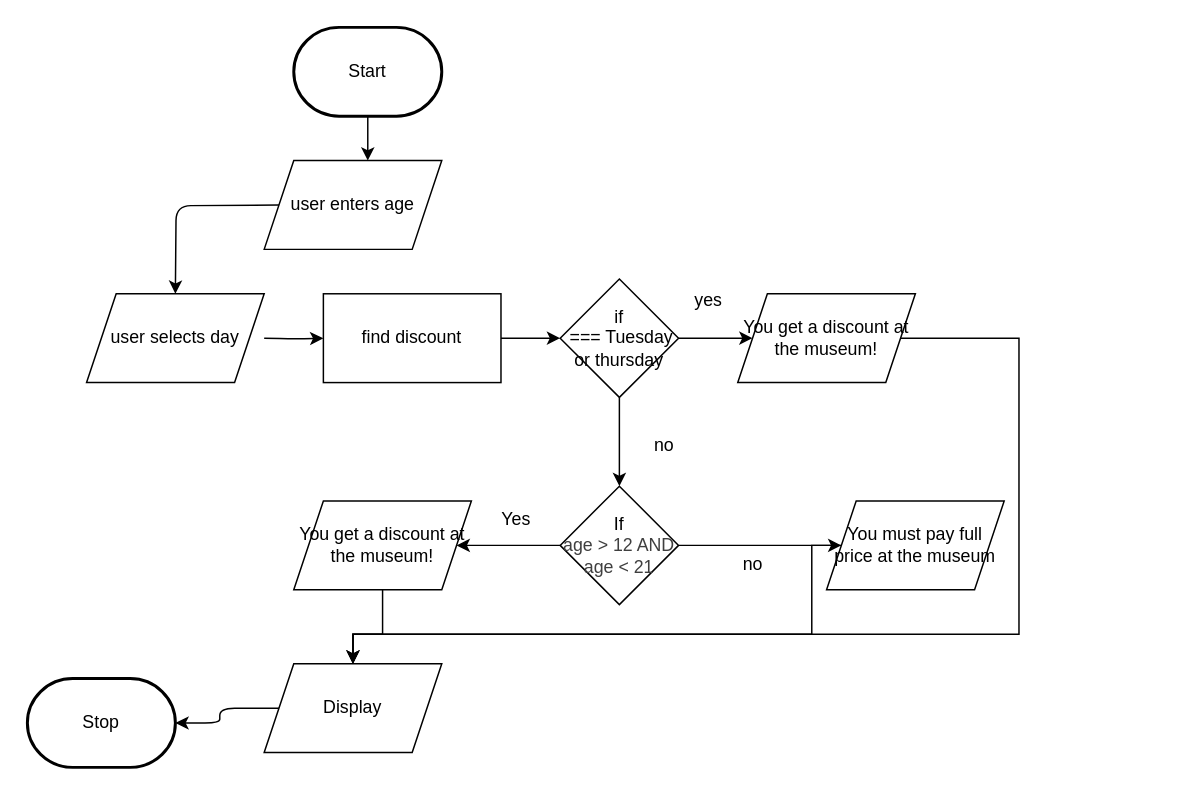
Before: design/flowchart.drawio in MTHS-ICD2O-1-2024/ICD2O-Unit-5-04-Devin-boucher, a draw.io diagram. Source tidied: cells renumbered, new cells numbered last; positions are measured from the earlier drawing's top-left corner, leaving out a move shared by most shapes. Both pictures are drawn from the tidied source at 148%, with x=0, y=0 at pixel (27, 27).
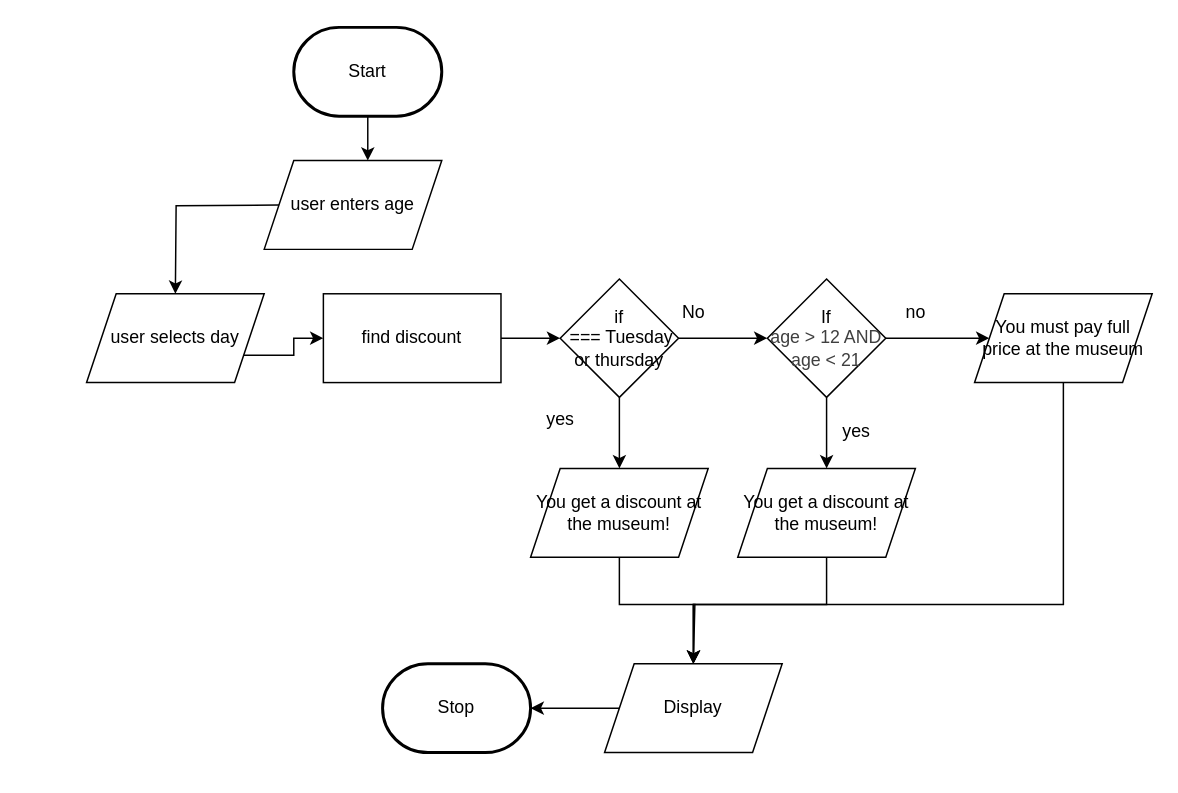
Above is the later version.

Commit message (it also covers changes not shown here):
made flow cahrt

The change refers to these unchanged cells:
```xml
<mxCell id="9" value="&lt;div&gt;if&lt;/div&gt;&amp;nbsp;=== Tuesday or thursday" style="rhombus;whiteSpace=wrap;html=1;" parent="1" vertex="1">
  <mxGeometry x="360" y="170" width="80" height="80" as="geometry" />
</mxCell>
<mxCell id="20" value="find discount" style="whiteSpace=wrap;html=1;" parent="1" vertex="1">
  <mxGeometry x="200" y="180" width="120" height="60" as="geometry" />
</mxCell>
<mxCell id="28" value="&lt;span style=&quot;color: rgb(0, 0, 0);&quot;&gt;user selects day&lt;/span&gt;" style="shape=parallelogram;perimeter=parallelogramPerimeter;whiteSpace=wrap;html=1;fixedSize=1;" parent="1" vertex="1">
  <mxGeometry x="40" y="180" width="120" height="60" as="geometry" />
</mxCell>
```

Diff of the diagram source:
```diff
@@
     <mxCell id="4" value="Stop" style="strokeWidth=2;html=1;shape=mxgraph.flowchart.terminator;whiteSpace=wrap;" parent="1" vertex="1">
-      <mxGeometry y="440" width="100" height="60" as="geometry" />
+      <mxGeometry x="240" y="430" width="100" height="60" as="geometry" />
     </mxCell>
-    <mxCell id="5" style="edgeStyle=orthogonalEdgeStyle;html=1;" parent="1" edge="1">
+    <mxCell id="5" style="edgeStyle=orthogonalEdgeStyle;html=1;rounded=0;curved=0;" parent="1" edge="1">
       <mxGeometry relative="1" as="geometry">
         <mxPoint x="170" y="120" as="sourcePoint" />
         <mxPoint x="100" y="180" as="targetPoint" />
       </mxGeometry>
     </mxCell>
-    <mxCell id="6" style="edgeStyle=orthogonalEdgeStyle;html=1;" parent="1" edge="1" target="20">
-      <mxGeometry relative="1" as="geometry">
-        <mxPoint x="160" y="210" as="sourcePoint" />
-      </mxGeometry>
+    <mxCell id="6" style="edgeStyle=orthogonalEdgeStyle;html=1;exitX=1;exitY=0.75;exitDx=0;exitDy=0;rounded=0;curved=0;" parent="1" edge="1" source="28" target="20">
+      <mxGeometry relative="1" as="geometry" />
     </mxCell>
+    <mxCell id="8" style="edgeStyle=orthogonalEdgeStyle;html=1;" parent="1" edge="1" source="9" target="17">
+      <mxGeometry relative="1" as="geometry" />
+    </mxCell>
-    <mxCell id="7" style="edgeStyle=none;html=1;" parent="1" edge="1" source="9" target="11">
+    <mxCell id="7" style="edgeStyle=orthogonalEdgeStyle;html=1;" parent="1" edge="1" source="9" target="11">
       <mxGeometry relative="1" as="geometry" />
     </mxCell>
-    <mxCell id="8" style="edgeStyle=orthogonalEdgeStyle;html=1;" parent="1" edge="1" source="9" target="17">
-      <mxGeometry relative="1" as="geometry" />
-    </mxCell>
@@
-    <mxCell id="10" style="edgeStyle=orthogonalEdgeStyle;html=1;entryX=0.5;entryY=0;entryDx=0;entryDy=0;rounded=0;curved=0;" parent="1" edge="1" source="11" target="14">
-      <mxGeometry relative="1" as="geometry">
-        <Array as="points">
-          <mxPoint x="670" y="210" />
-          <mxPoint x="670" y="410" />
-          <mxPoint x="220" y="410" />
-        </Array>
-      </mxGeometry>
-    </mxCell>
+    <mxCell id="29" style="edgeStyle=orthogonalEdgeStyle;html=1;rounded=0;curved=0;" parent="1" edge="1" source="11">
+      <mxGeometry relative="1" as="geometry">
+        <mxPoint x="450" y="430" as="targetPoint" />
+        <Array as="points">
+          <mxPoint x="400" y="390" />
+          <mxPoint x="451" y="390" />
+          <mxPoint x="451" y="430" />
+        </Array>
+      </mxGeometry>
+    </mxCell>
     <mxCell id="11" value="You get a discount at the museum!" style="shape=parallelogram;perimeter=parallelogramPerimeter;whiteSpace=wrap;html=1;fixedSize=1;" parent="1" vertex="1">
-      <mxGeometry x="480" y="180" width="120" height="60" as="geometry" />
+      <mxGeometry x="340" y="298" width="120" height="60" as="geometry" />
     </mxCell>
     <mxCell id="12" value="yes" style="text;html=1;align=center;verticalAlign=middle;strokeColor=none;fillColor=none;" parent="1" vertex="1">
-      <mxGeometry x="440" y="170" width="40" height="30" as="geometry" />
+      <mxGeometry x="340" y="250" width="40" height="30" as="geometry" />
     </mxCell>
@@
     <mxCell id="14" value="Display" style="shape=parallelogram;perimeter=parallelogramPerimeter;whiteSpace=wrap;html=1;fixedSize=1;" parent="1" vertex="1">
-      <mxGeometry x="160" y="430" width="120" height="60" as="geometry" />
+      <mxGeometry x="390" y="430" width="120" height="60" as="geometry" />
     </mxCell>
+    <mxCell id="16" style="edgeStyle=orthogonalEdgeStyle;html=1;entryX=0;entryY=0.5;entryDx=0;entryDy=0;" parent="1" edge="1" source="17" target="25">
+      <mxGeometry relative="1" as="geometry" />
+    </mxCell>
@@
-    <mxCell id="16" style="edgeStyle=orthogonalEdgeStyle;html=1;" parent="1" edge="1" source="17" target="25">
-      <mxGeometry relative="1" as="geometry" />
-    </mxCell>
     <mxCell id="17" value="&lt;div&gt;&lt;font color=&quot;#000000&quot;&gt;&lt;span style=&quot;font-size: 12px;&quot;&gt;If&lt;/span&gt;&lt;/font&gt;&lt;/div&gt;&lt;span style=&quot;color: rgb(63, 63, 63); background-color: transparent;&quot;&gt;age &amp;gt; 12 AND age &amp;lt; 21&lt;/span&gt;" style="rhombus;whiteSpace=wrap;html=1;" parent="1" vertex="1">
-      <mxGeometry x="360" y="310" width="80" height="80" as="geometry" />
+      <mxGeometry x="500" y="170" width="80" height="80" as="geometry" />
     </mxCell>
-    <mxCell id="18" value="no" style="text;html=1;align=center;verticalAlign=middle;strokeColor=none;fillColor=none;" parent="1" vertex="1">
-      <mxGeometry x="410" y="268" width="40" height="30" as="geometry" />
-    </mxCell>
@@
     <mxCell id="21" style="edgeStyle=orthogonalEdgeStyle;html=1;rounded=0;curved=0;" parent="1" edge="1" source="22" target="14">
       <mxGeometry relative="1" as="geometry">
         <Array as="points">
-          <mxPoint x="240" y="410" />
-          <mxPoint x="220" y="410" />
+          <mxPoint x="540" y="390" />
+          <mxPoint x="450" y="390" />
         </Array>
       </mxGeometry>
     </mxCell>
     <mxCell id="22" value="&lt;span style=&quot;color: rgb(0, 0, 0);&quot;&gt;You get a discount at the museum!&lt;/span&gt;" style="shape=parallelogram;perimeter=parallelogramPerimeter;whiteSpace=wrap;html=1;fixedSize=1;" parent="1" vertex="1">
-      <mxGeometry x="180" y="320" width="120" height="60" as="geometry" />
+      <mxGeometry x="480" y="298" width="120" height="60" as="geometry" />
     </mxCell>
-    <mxCell id="23" value="Yes" style="text;html=1;align=center;verticalAlign=middle;strokeColor=none;fillColor=none;" parent="1" vertex="1">
-      <mxGeometry x="310" y="318" width="40" height="30" as="geometry" />
-    </mxCell>
     <mxCell id="24" style="edgeStyle=orthogonalEdgeStyle;html=1;entryX=0.5;entryY=0;entryDx=0;entryDy=0;rounded=0;curved=0;" parent="1" edge="1" source="25" target="14">
       <mxGeometry relative="1" as="geometry">
         <Array as="points">
-          <mxPoint x="530" y="410" />
-          <mxPoint x="220" y="410" />
+          <mxPoint x="700" y="390" />
+          <mxPoint x="450" y="390" />
         </Array>
       </mxGeometry>
     </mxCell>
     <mxCell id="25" value="&lt;font color=&quot;#000000&quot;&gt;&lt;span style=&quot;font-size: 12px;&quot;&gt;You must pay full price at the museum&lt;/span&gt;&lt;/font&gt;" style="shape=parallelogram;perimeter=parallelogramPerimeter;whiteSpace=wrap;html=1;fixedSize=1;" parent="1" vertex="1">
-      <mxGeometry x="540" y="320" width="120" height="60" as="geometry" />
+      <mxGeometry x="640" y="180" width="120" height="60" as="geometry" />
     </mxCell>
     <mxCell id="26" value="no" style="text;html=1;align=center;verticalAlign=middle;strokeColor=none;fillColor=none;" parent="1" vertex="1">
-      <mxGeometry x="470" y="348" width="40" height="30" as="geometry" />
+      <mxGeometry x="580" y="178" width="40" height="30" as="geometry" />
     </mxCell>
@@
+    <mxCell id="30" value="No" style="text;html=1;align=center;verticalAlign=middle;strokeColor=none;fillColor=none;" parent="1" vertex="1">
+      <mxGeometry x="430" y="178" width="40" height="30" as="geometry" />
+    </mxCell>
+    <mxCell id="31" value="yes" style="text;html=1;align=center;verticalAlign=middle;strokeColor=none;fillColor=none;" parent="1" vertex="1">
+      <mxGeometry x="540" y="258" width="40" height="30" as="geometry" />
+    </mxCell>
```
